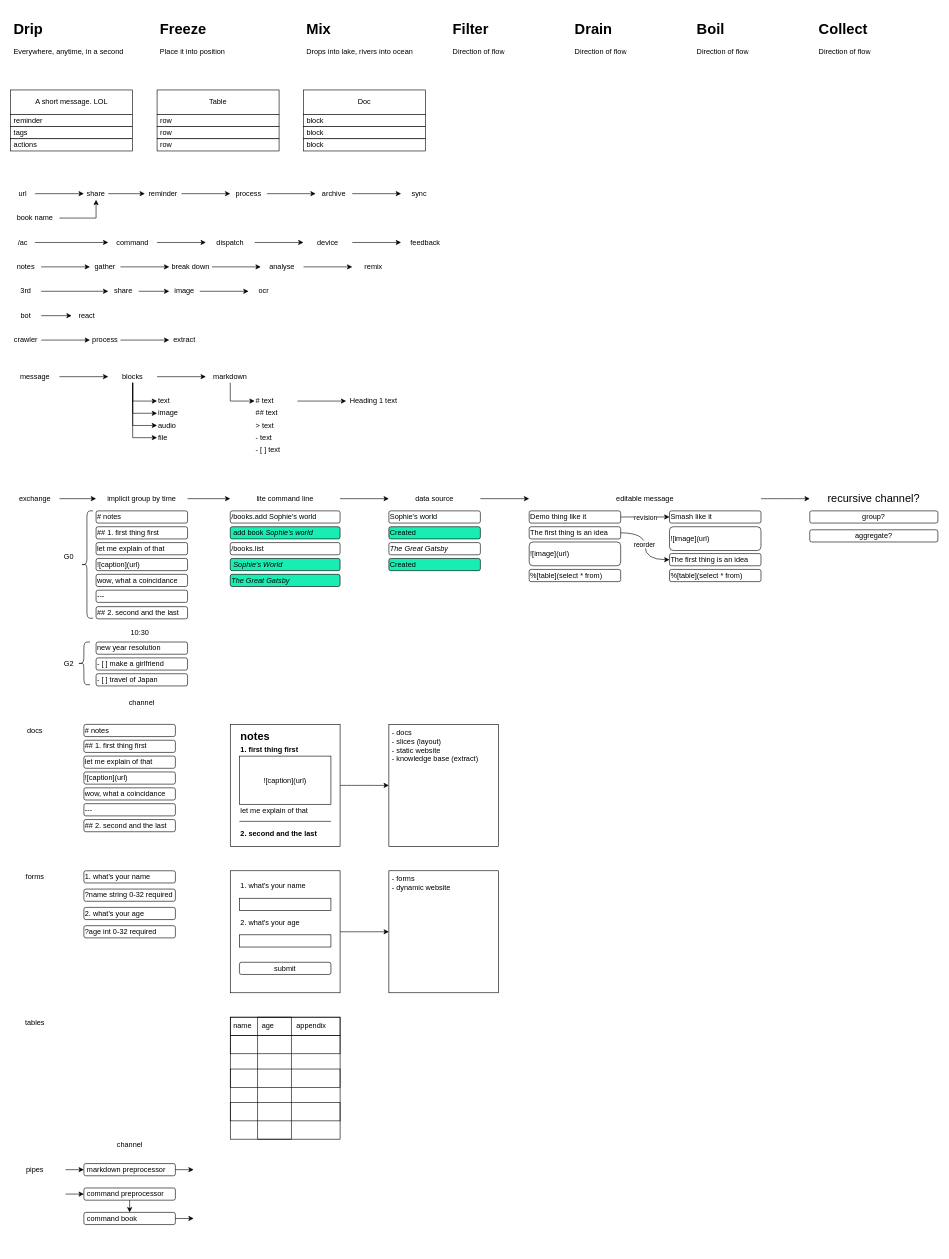
Before: product/h2o.drawio in kleon1024/draw, a draw.io diagram. Source tidied: cells renumbered, new cells numbered last; positions are measured from the earlier drawing's top-left corner, leaving out a move shared by most shapes. Both pictures are drawn from the tidied source at 61%, with x=0, y=0 at pixel (10, 16).
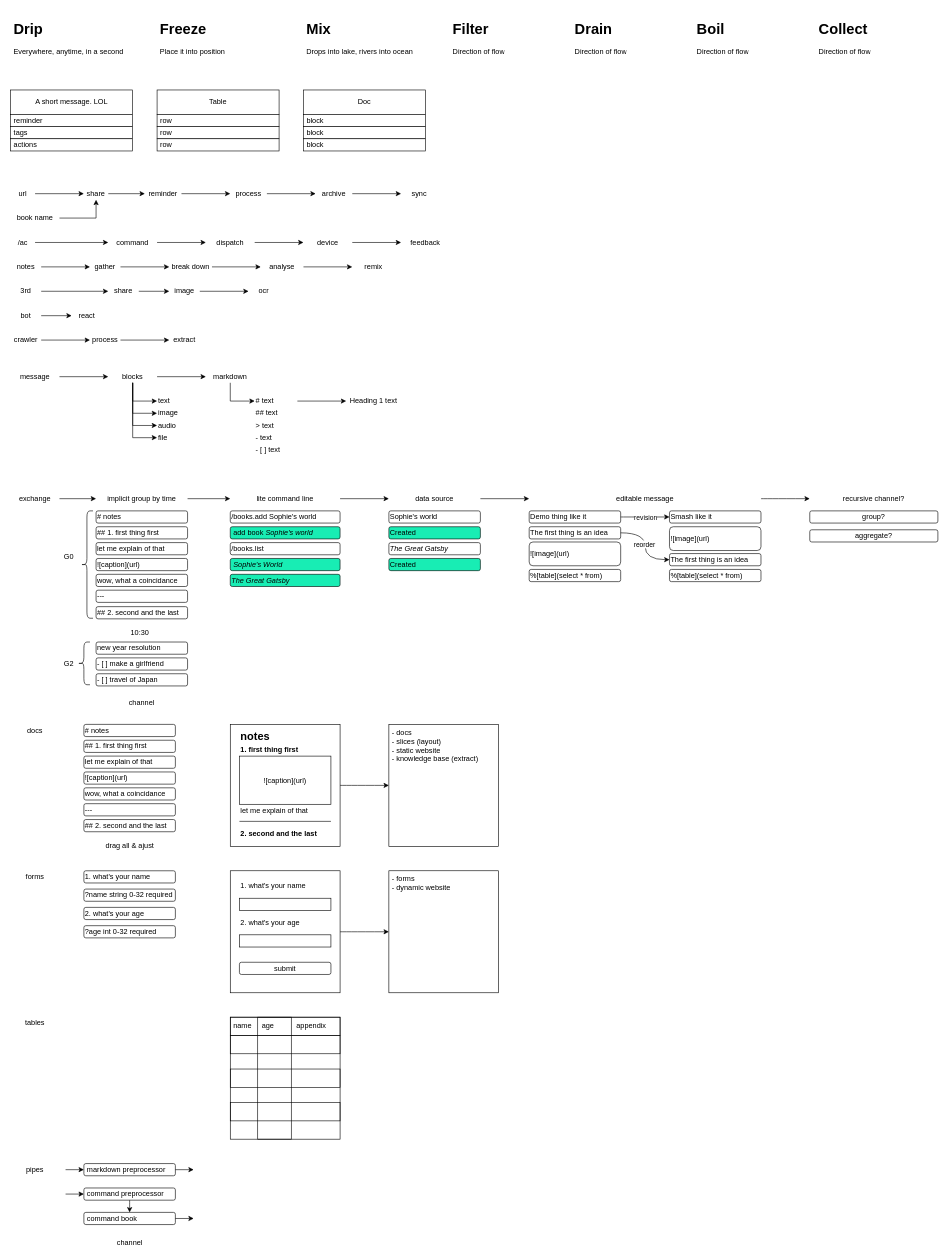
The same page after the edit.

Change to the diagram source:
```diff
@@
-    <mxCell id="183" value="recursive channel?" style="text;html=1;strokeColor=none;fillColor=none;align=center;verticalAlign=middle;whiteSpace=wrap;rounded=0;fontSize=18;" parent="1" vertex="1">
+    <mxCell id="183" value="recursive channel?" style="text;html=1;strokeColor=none;fillColor=none;align=center;verticalAlign=middle;whiteSpace=wrap;rounded=0;fontSize=12;" parent="1" vertex="1">
       <mxGeometry x="1310" y="780" width="210" height="20" as="geometry" />
     </mxCell>
@@
     <mxCell id="186" value="channel" style="text;html=1;align=center;verticalAlign=middle;fontSize=12;" parent="1" vertex="1">
-      <mxGeometry x="165" y="1840" width="60" height="20" as="geometry" />
+      <mxGeometry x="165" y="2000" width="60" height="20" as="geometry" />
     </mxCell>
+    <mxCell id="187" value="drag all &amp;amp; ajust" style="text;html=1;align=center;verticalAlign=middle;fontSize=12;" parent="1" vertex="1">
+      <mxGeometry x="150" y="1349" width="90" height="20" as="geometry" />
+    </mxCell>
```
